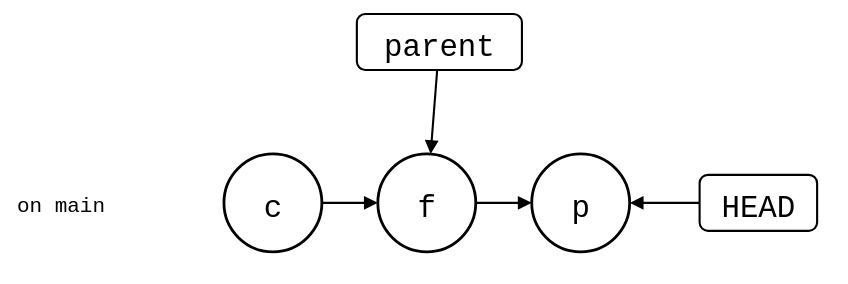
Above: docs/05-comparisons/02-third-party/git-subrepo-pushed.drawio.svg in roschaefer/git-splice (draw.io), before the change. Source tidied: cells renumbered, new cells last; positions are measured from the earlier drawing's top-left corner, leaving out a move shared by most shapes. Its diagram source:
```xml
<mxGraphModel background="#ffffff">
  <root>
    <mxCell id="0" />
    <mxCell id="1" parent="0" />
    <mxCell id="2" value="on main" style="text;strokeColor=none;fillColor=none;align=left;verticalAlign=middle;fontSize=15;fontFamily=Roboto Mono,monospace;" parent="1" vertex="1">
      <mxGeometry y="120" width="130" height="30" as="geometry" />
    </mxCell>
    <mxCell id="3" value="c" style="ellipse;strokeWidth=2;fontSize=22;fontFamily=Roboto Mono,monospace;" parent="1" vertex="1">
      <mxGeometry x="150" y="100" width="70" height="70" as="geometry" />
    </mxCell>
    <mxCell id="4" value="f" style="ellipse;strokeWidth=2;fontSize=22;fontFamily=Roboto Mono,monospace;" parent="1" vertex="1">
      <mxGeometry x="260" y="100" width="70" height="70" as="geometry" />
    </mxCell>
    <mxCell id="5" value="p" style="ellipse;strokeWidth=2;fontSize=22;fontFamily=Roboto Mono,monospace;" parent="1" vertex="1">
      <mxGeometry x="370" y="100" width="70" height="70" as="geometry" />
    </mxCell>
    <mxCell id="6" value="HEAD" style="rounded=1;strokeWidth=1.5;fontSize=22;fontFamily=Roboto Mono,monospace;" parent="1" vertex="1">
      <mxGeometry x="490" y="115" width="84" height="40" as="geometry" />
    </mxCell>
    <mxCell id="7" style="endArrow=block;endFill=1;html=1;strokeWidth=1.5;rounded=0;" parent="1" edge="1" source="6" target="5">
      <mxGeometry relative="1" as="geometry" />
    </mxCell>
    <mxCell id="8" value="parent" style="rounded=1;strokeWidth=1.5;fontSize=22;fontFamily=Roboto Mono,monospace;" parent="1" vertex="1">
      <mxGeometry x="245" width="118" height="40" as="geometry" />
    </mxCell>
    <mxCell id="9" style="endArrow=block;endFill=1;html=1;strokeWidth=1.5;rounded=0;" parent="1" edge="1" source="8" target="4">
      <mxGeometry relative="1" as="geometry" />
    </mxCell>
    <mxCell id="10" style="endArrow=block;endFill=1;html=1;strokeWidth=1.5;rounded=0;" parent="1" edge="1" source="3" target="4">
      <mxGeometry relative="1" as="geometry" />
    </mxCell>
    <mxCell id="11" style="endArrow=block;endFill=1;html=1;strokeWidth=1.5;rounded=0;" parent="1" edge="1" source="4" target="5">
      <mxGeometry relative="1" as="geometry" />
    </mxCell>
  </root>
</mxGraphModel>
```
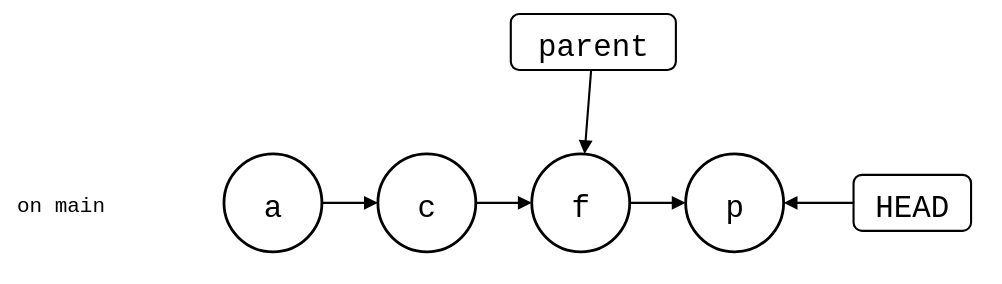
After the change.

Commit message:
docs(comparisons): draw git-subrepo's history before the push too

With only the drawing after it, the reader had to take the text's word that push adds p. Side by side, the commit and the moved parent are visible.

Change to the diagram source:
```diff
@@ -3,8 +3,11 @@
     <mxCell id="0" />
     <mxCell id="1" parent="0" />
     <mxCell id="2" value="on main" style="text;strokeColor=none;fillColor=none;align=left;verticalAlign=middle;fontSize=15;fontFamily=Roboto Mono,monospace;" parent="1" vertex="1">
-      <mxGeometry y="120" width="130" height="30" as="geometry" />
+      <mxGeometry x="-110" y="120" width="130" height="30" as="geometry" />
     </mxCell>
+    <mxCell id="12" value="a" style="ellipse;strokeWidth=2;fontSize=22;fontFamily=Roboto Mono,monospace;" parent="1" vertex="1">
+      <mxGeometry x="40" y="100" width="70" height="70" as="geometry" />
+    </mxCell>
     <mxCell id="3" value="c" style="ellipse;strokeWidth=2;fontSize=22;fontFamily=Roboto Mono,monospace;" parent="1" vertex="1">
       <mxGeometry x="150" y="100" width="70" height="70" as="geometry" />
     </mxCell>
@@ -26,11 +29,14 @@
     <mxCell id="9" style="endArrow=block;endFill=1;html=1;strokeWidth=1.5;rounded=0;" parent="1" edge="1" source="8" target="4">
       <mxGeometry relative="1" as="geometry" />
     </mxCell>
-    <mxCell id="10" style="endArrow=block;endFill=1;html=1;strokeWidth=1.5;rounded=0;" parent="1" edge="1" source="3" target="4">
+    <mxCell id="10" style="endArrow=block;endFill=1;html=1;strokeWidth=1.5;rounded=0;" parent="1" edge="1" source="12" target="3">
       <mxGeometry relative="1" as="geometry" />
     </mxCell>
-    <mxCell id="11" style="endArrow=block;endFill=1;html=1;strokeWidth=1.5;rounded=0;" parent="1" edge="1" source="4" target="5">
+    <mxCell id="11" style="endArrow=block;endFill=1;html=1;strokeWidth=1.5;rounded=0;" parent="1" edge="1" source="3" target="4">
       <mxGeometry relative="1" as="geometry" />
     </mxCell>
+    <mxCell id="13" style="endArrow=block;endFill=1;html=1;strokeWidth=1.5;rounded=0;" parent="1" edge="1" source="4" target="5">
+      <mxGeometry relative="1" as="geometry" />
+    </mxCell>
   </root>
 </mxGraphModel>
```
